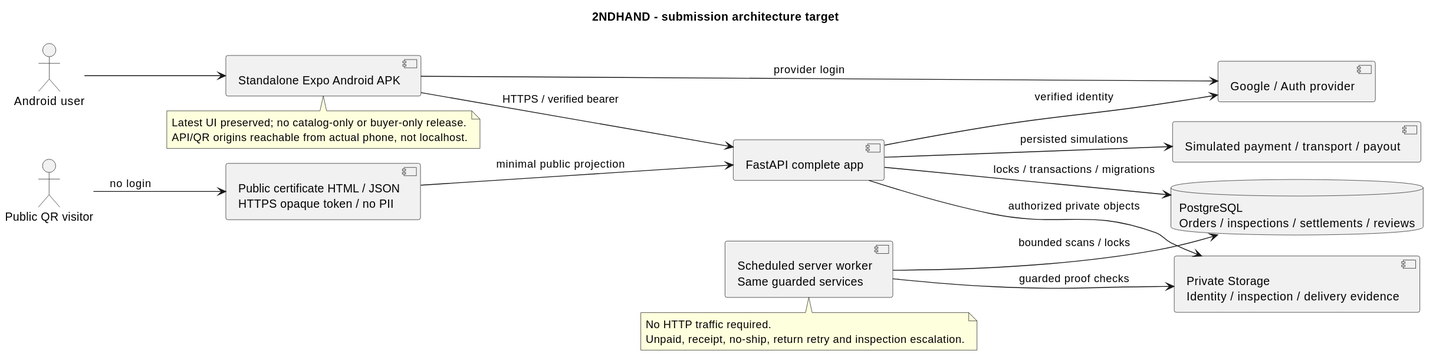
Earlier version of the PlantUML export doc/submission-2026-10-08/diagrams/rendered/architecture.svg (naithammarak/secondhand-marketplace-android-app).
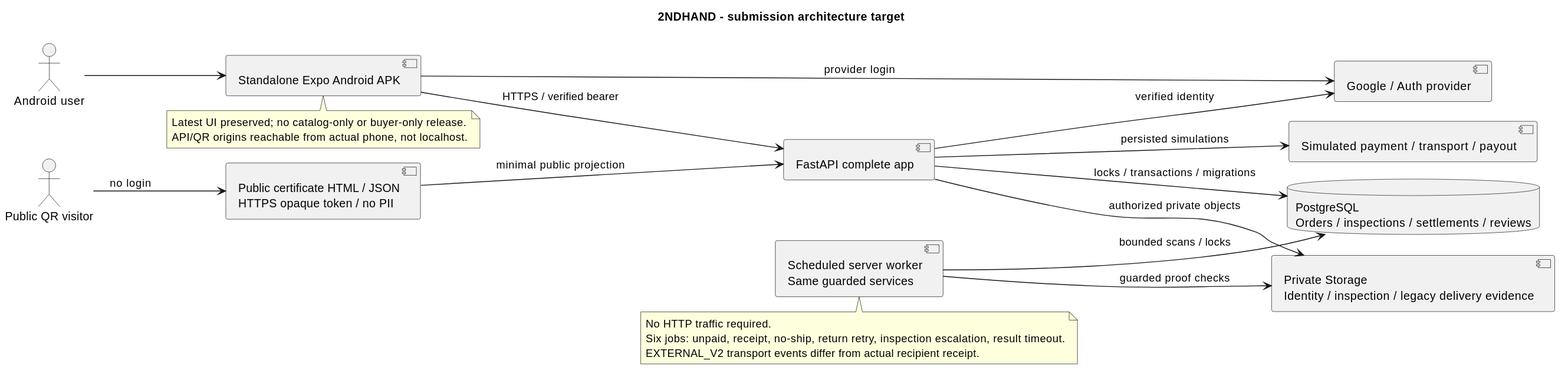
After the change.

Diff of the diagram source:
```diff
@@ -10,7 +10,7 @@
 component "Google / Auth provider" as Auth
 component "FastAPI complete app" as API
 database "PostgreSQL\nOrders / inspections / settlements / reviews" as DB
-component "Private Storage\nIdentity / inspection / delivery evidence" as Storage
+component "Private Storage\nIdentity / inspection / legacy delivery evidence" as Storage
 component "Scheduled server worker\nSame guarded services" as Worker
 actor "Public QR visitor" as Visitor
 component "Public certificate HTML / JSON\nHTTPS opaque token / no PII" as Public
@@ -29,7 +29,8 @@
 Public --> API : minimal public projection
 note bottom of Worker
   No HTTP traffic required.
-  Unpaid, receipt, no-ship, return retry and inspection escalation.
+  Six jobs: unpaid, receipt, no-ship, return retry, inspection escalation, result timeout.
+  EXTERNAL_V2 transport events differ from actual recipient receipt.
 end note
 note bottom of App
   Latest UI preserved; no catalog-only or buyer-only release.
```
